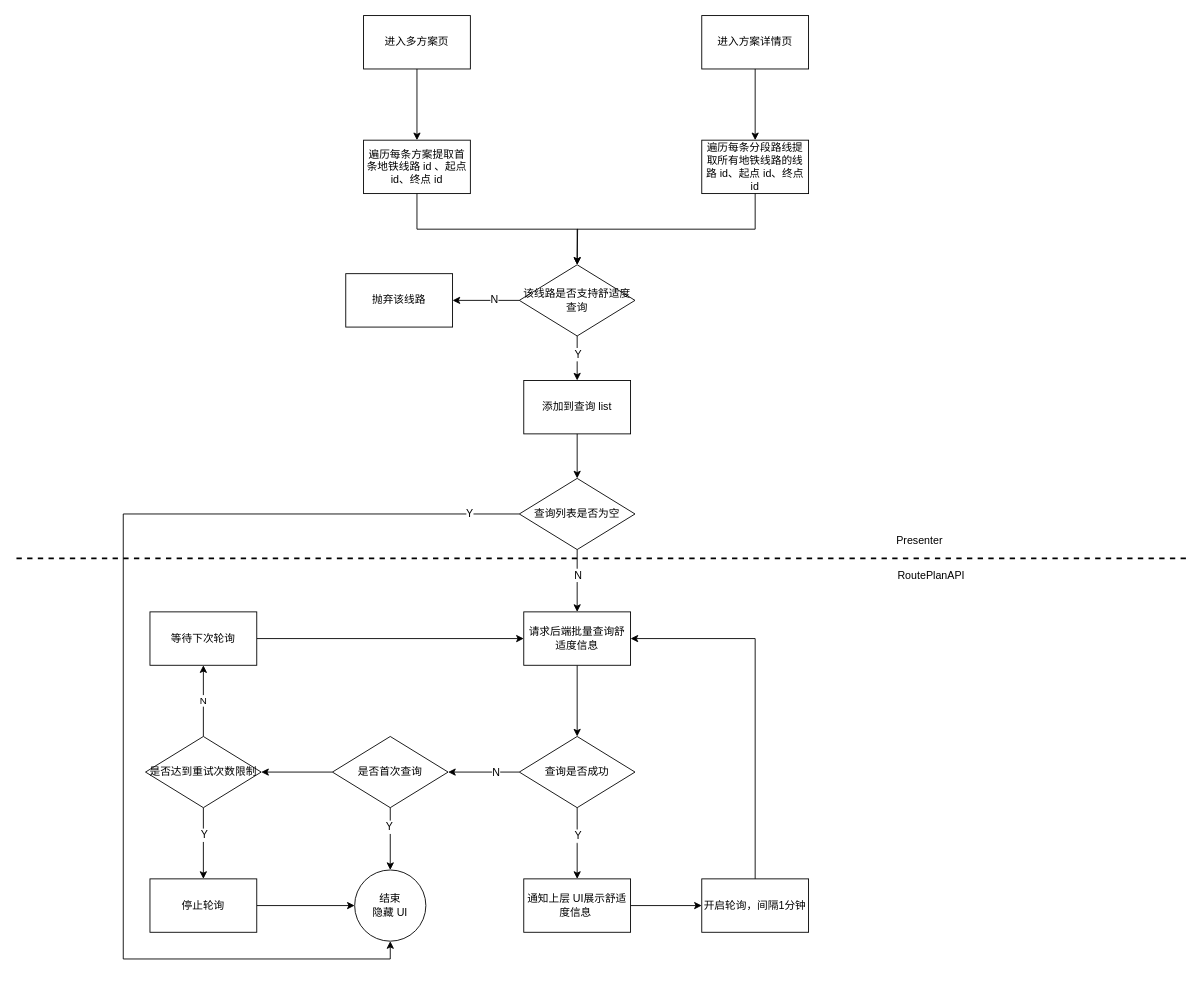
wangziji/graphics keeps this draw.io diagram as page "Page-1" (1 of 2) of 地铁舒适度.drawio. Above is the earlier version. Source tidied: cells renumbered, new cells numbered last; positions are measured from the earlier drawing's top-left corner, leaving out a move shared by most shapes. Both pictures are drawn from the tidied source at 89%, with x=0, y=0 at pixel (16, 15).
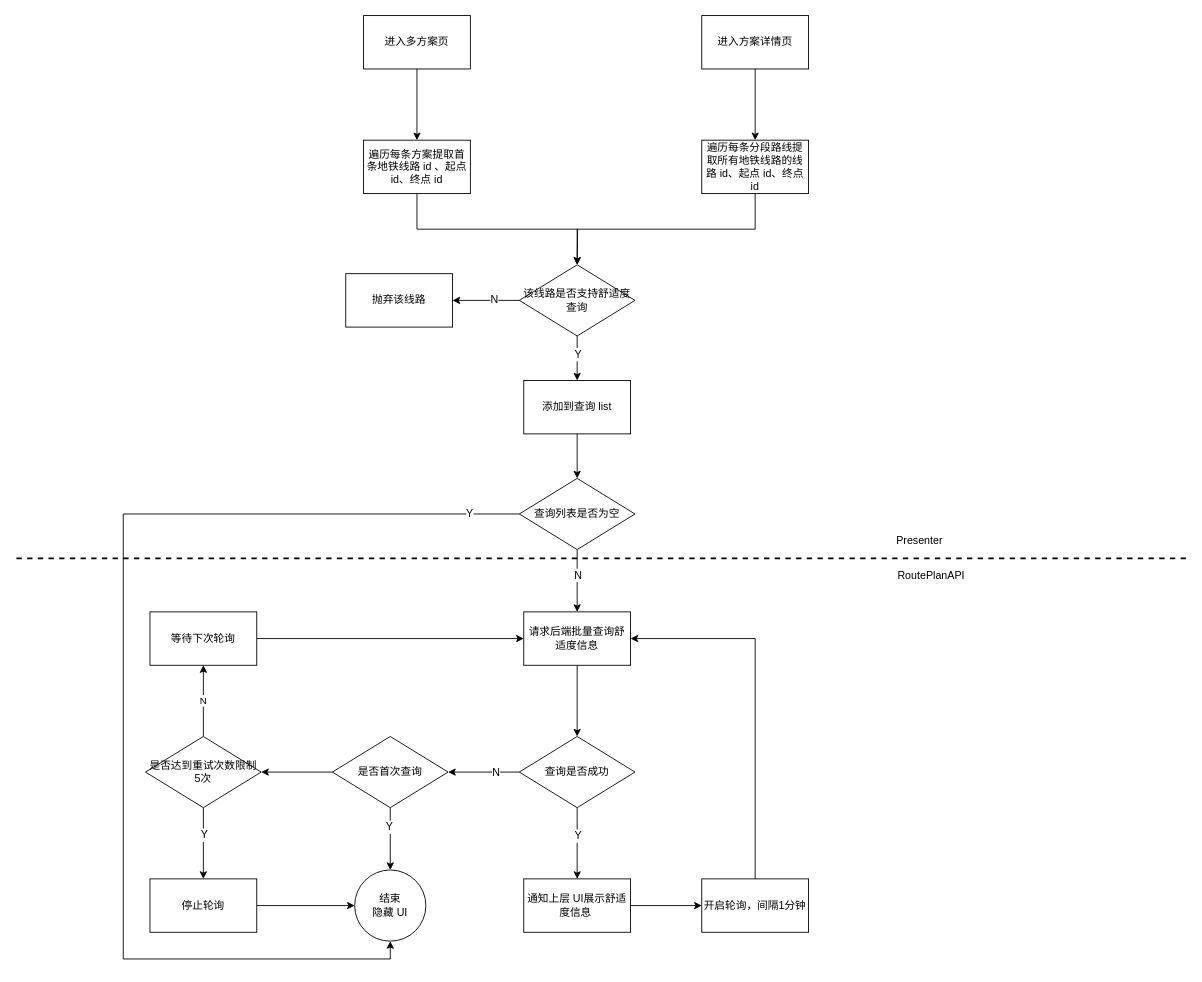
The same diagram, later.

Change to the diagram source:
```diff
@@
-    <mxCell id="16" value="是否达到重试次数限制" style="rhombus;whiteSpace=wrap;html=1;" parent="1" vertex="1">
+    <mxCell id="16" value="是否达到重试次数限制&lt;br&gt;5次" style="rhombus;whiteSpace=wrap;html=1;" parent="1" vertex="1">
       <mxGeometry x="145" y="810" width="130" height="80" as="geometry" />
     </mxCell>
```
